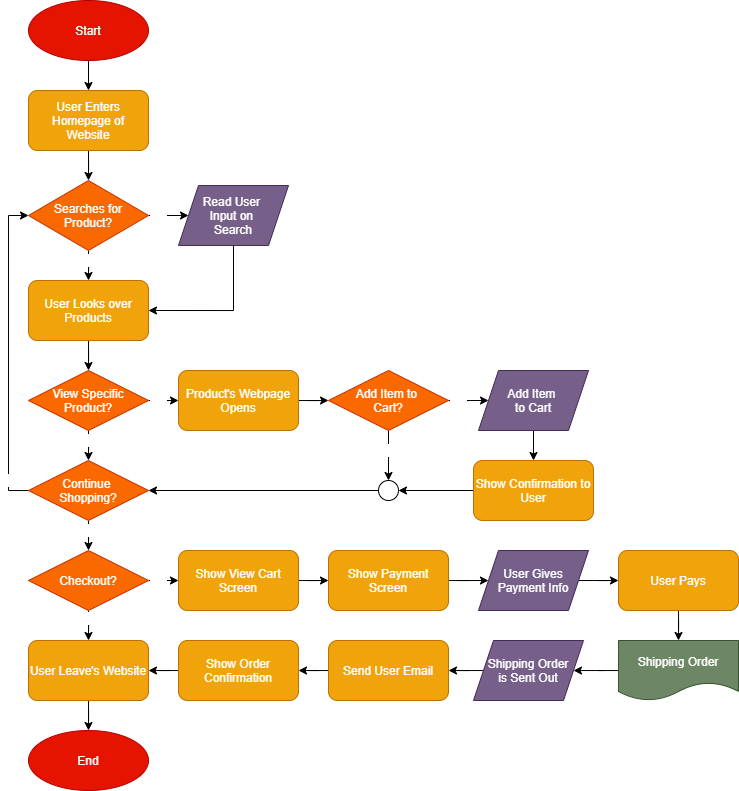
The draw.io diagram part2/part2.drawio.png in cmwall0605/wi21-cse110-lab4, before a commit. Source tidied: cells renumbered, new cells last; positions are measured from the earlier drawing's top-left corner, leaving out a move shared by most shapes.
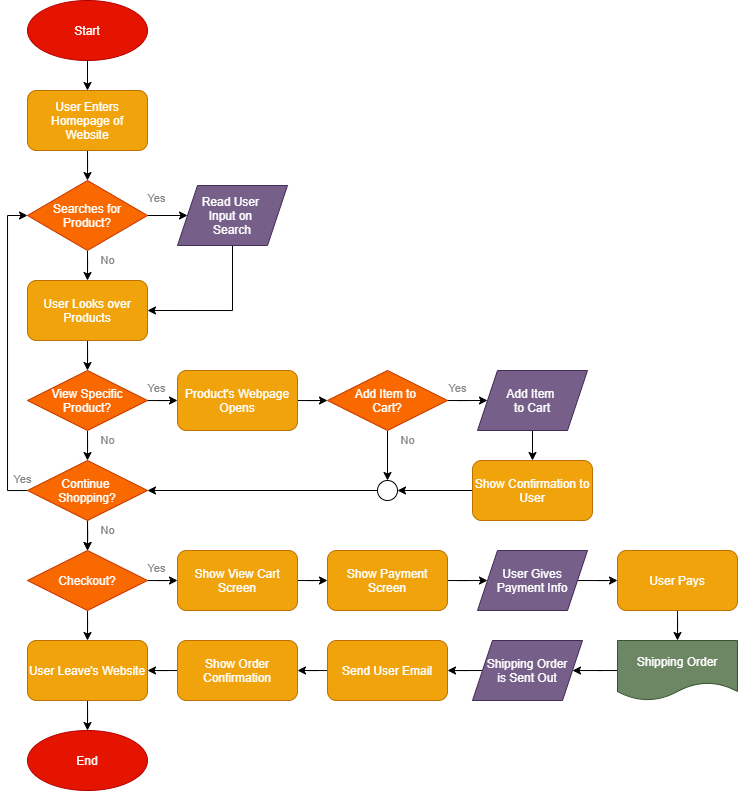
The same diagram one commit later.

Commit message:
Fixed Drawing so that words are not impossible to read.

What changed in the source:
```diff
@@ -17,19 +17,9 @@
     <mxCell id="6" style="edgeStyle=orthogonalEdgeStyle;rounded=0;jettySize=auto;html=1;entryX=0.5;entryY=0;entryDx=0;entryDy=0;" parent="1" edge="1" source="10" target="14">
       <mxGeometry relative="1" as="geometry" />
     </mxCell>
-    <mxCell id="7" value="No" style="edgeLabel;html=1;align=center;verticalAlign=middle;fontColor=#FFFFFF;" parent="6" vertex="1">
-      <mxGeometry x="-0.84" y="-1" relative="1" as="geometry">
-        <mxPoint x="1" y="6" as="offset" />
-      </mxGeometry>
-    </mxCell>
     <mxCell id="8" style="edgeStyle=orthogonalEdgeStyle;rounded=0;jettySize=auto;html=1;" parent="1" edge="1" source="10" target="12">
       <mxGeometry relative="1" as="geometry" />
     </mxCell>
-    <mxCell id="9" value="Yes" style="edgeLabel;html=1;align=center;verticalAlign=middle;fontColor=#FFFFFF;" parent="8" vertex="1">
-      <mxGeometry x="-0.84" relative="1" as="geometry">
-        <mxPoint x="5.3" as="offset" />
-      </mxGeometry>
-    </mxCell>
     <mxCell id="10" value="&lt;font style=&quot;font-size: 12px&quot;&gt;Searches for&lt;br&gt;Product?&lt;br&gt;&lt;/font&gt;" style="rhombus;whiteSpace=wrap;html=1;fillColor=#fa6800;strokeColor=#C73500;fontColor=#ffffff;" parent="1" vertex="1">
       <mxGeometry x="20" y="180" width="120" height="70" as="geometry" />
     </mxCell>
@@ -52,19 +42,9 @@
     <mxCell id="15" style="edgeStyle=orthogonalEdgeStyle;rounded=0;jettySize=auto;html=1;entryX=0;entryY=0.5;entryDx=0;entryDy=0;fontColor=#000000;" parent="1" edge="1" source="19" target="21">
       <mxGeometry relative="1" as="geometry" />
     </mxCell>
-    <mxCell id="16" value="Yes" style="edgeLabel;html=1;align=center;verticalAlign=middle;fontColor=#FFFFFF;" parent="15" vertex="1">
-      <mxGeometry x="-0.73" relative="1" as="geometry">
-        <mxPoint x="3.3" as="offset" />
-      </mxGeometry>
-    </mxCell>
     <mxCell id="17" style="edgeStyle=orthogonalEdgeStyle;rounded=0;jettySize=auto;html=1;entryX=0.5;entryY=0;entryDx=0;entryDy=0;fontColor=#000000;" parent="1" edge="1" source="19" target="31">
       <mxGeometry relative="1" as="geometry" />
     </mxCell>
-    <mxCell id="18" value="No" style="edgeLabel;html=1;align=center;verticalAlign=middle;fontColor=#FFFFFF;" parent="17" vertex="1">
-      <mxGeometry x="-0.77" relative="1" as="geometry">
-        <mxPoint y="4.2" as="offset" />
-      </mxGeometry>
-    </mxCell>
     <mxCell id="19" value="&lt;font style=&quot;font-size: 12px&quot;&gt;View Specific&lt;br&gt;Product?&lt;br&gt;&lt;/font&gt;" style="rhombus;whiteSpace=wrap;html=1;fillColor=#fa6800;strokeColor=#C73500;fontColor=#ffffff;" parent="1" vertex="1">
       <mxGeometry x="20" y="370" width="120" height="60" as="geometry" />
     </mxCell>
@@ -77,30 +57,15 @@
     <mxCell id="22" style="edgeStyle=orthogonalEdgeStyle;rounded=0;jettySize=auto;html=1;entryX=0.5;entryY=0;entryDx=0;entryDy=0;fontColor=#FFFFFF;" parent="1" edge="1" source="26" target="41">
       <mxGeometry relative="1" as="geometry" />
     </mxCell>
-    <mxCell id="23" value="No" style="edgeLabel;html=1;align=center;verticalAlign=middle;fontColor=#FFFFFF;" parent="22" vertex="1">
-      <mxGeometry x="-0.73" y="-1" relative="1" as="geometry">
-        <mxPoint x="1" y="13.2" as="offset" />
-      </mxGeometry>
-    </mxCell>
     <mxCell id="24" style="edgeStyle=orthogonalEdgeStyle;rounded=0;jettySize=auto;html=1;entryX=0;entryY=0.5;entryDx=0;entryDy=0;fontColor=#FFFFFF;" parent="1" edge="1" source="26" target="43">
       <mxGeometry relative="1" as="geometry" />
     </mxCell>
-    <mxCell id="25" value="Yes" style="edgeLabel;html=1;align=center;verticalAlign=middle;fontColor=#FFFFFF;" parent="24" vertex="1">
-      <mxGeometry x="-0.83" relative="1" as="geometry">
-        <mxPoint x="4.8" as="offset" />
-      </mxGeometry>
-    </mxCell>
     <mxCell id="26" value="&lt;font style=&quot;font-size: 12px&quot;&gt;Add Item to &lt;br&gt;Cart?&lt;br&gt;&lt;/font&gt;" style="rhombus;whiteSpace=wrap;html=1;fillColor=#fa6800;strokeColor=#C73500;fontColor=#ffffff;" parent="1" vertex="1">
       <mxGeometry x="320" y="370" width="120" height="60" as="geometry" />
     </mxCell>
     <mxCell id="27" style="edgeStyle=orthogonalEdgeStyle;rounded=0;jettySize=auto;html=1;entryX=0.5;entryY=0;entryDx=0;entryDy=0;fontColor=#000000;" parent="1" edge="1" source="31" target="36">
       <mxGeometry relative="1" as="geometry" />
     </mxCell>
-    <mxCell id="28" value="No" style="edgeLabel;html=1;align=center;verticalAlign=middle;fontColor=#FFFFFF;" parent="27" vertex="1">
-      <mxGeometry x="-0.7" relative="1" as="geometry">
-        <mxPoint y="2.6" as="offset" />
-      </mxGeometry>
-    </mxCell>
     <mxCell id="29" style="edgeStyle=orthogonalEdgeStyle;rounded=0;jettySize=auto;html=1;entryX=0;entryY=0.5;entryDx=0;entryDy=0;fontColor=#000000;" parent="1" edge="1" source="31" target="10">
       <mxGeometry relative="1" as="geometry">
         <Array as="points">
@@ -109,28 +74,18 @@
         </Array>
       </mxGeometry>
     </mxCell>
-    <mxCell id="30" value="Yes" style="edgeLabel;html=1;align=center;verticalAlign=middle;fontColor=#FFFFFF;" parent="29" vertex="1">
-      <mxGeometry x="-0.38" y="2" relative="1" as="geometry">
-        <mxPoint x="2" y="67.7" as="offset" />
-      </mxGeometry>
-    </mxCell>
+    <mxCell id="62" style="edgeStyle=orthogonalEdgeStyle;rounded=0;jettySize=auto;html=1;" parent="1" edge="1" source="31" target="36">
+      <mxGeometry relative="1" as="geometry" />
+    </mxCell>
     <mxCell id="31" value="&lt;font style=&quot;font-size: 12px&quot;&gt;Continue &lt;br&gt;Shopping?&lt;br&gt;&lt;/font&gt;" style="rhombus;whiteSpace=wrap;html=1;fillColor=#fa6800;strokeColor=#C73500;fontColor=#ffffff;" parent="1" vertex="1">
       <mxGeometry x="20" y="460" width="120" height="60" as="geometry" />
     </mxCell>
     <mxCell id="32" style="edgeStyle=orthogonalEdgeStyle;rounded=0;jettySize=auto;html=1;entryX=0.5;entryY=0;entryDx=0;entryDy=0;fontColor=#000000;" parent="1" edge="1" source="36" target="38">
       <mxGeometry relative="1" as="geometry" />
     </mxCell>
-    <mxCell id="33" value="No" style="edgeLabel;html=1;align=center;verticalAlign=middle;fontColor=#FFFFFF;" parent="32" vertex="1">
-      <mxGeometry x="-0.69" relative="1" as="geometry" />
-    </mxCell>
     <mxCell id="34" style="edgeStyle=orthogonalEdgeStyle;rounded=0;jettySize=auto;html=1;entryX=0;entryY=0.5;entryDx=0;entryDy=0;fontColor=#FFFFFF;" parent="1" edge="1" source="36" target="47">
       <mxGeometry relative="1" as="geometry" />
     </mxCell>
-    <mxCell id="35" value="Yes" style="edgeLabel;html=1;align=center;verticalAlign=middle;fontColor=#FFFFFF;" parent="34" vertex="1">
-      <mxGeometry x="-0.78" y="1" relative="1" as="geometry">
-        <mxPoint x="4.4" y="1" as="offset" />
-      </mxGeometry>
-    </mxCell>
     <mxCell id="36" value="&lt;font style=&quot;font-size: 12px&quot;&gt;Checkout?&lt;br&gt;&lt;/font&gt;" style="rhombus;whiteSpace=wrap;html=1;fillColor=#fa6800;strokeColor=#C73500;fontColor=#ffffff;" parent="1" vertex="1">
       <mxGeometry x="20" y="550" width="120" height="60" as="geometry" />
     </mxCell>
@@ -209,5 +164,45 @@
     <mxCell id="61" value="Send User Email" style="rounded=1;whiteSpace=wrap;html=1;fillColor=#f0a30a;strokeColor=#BD7000;fontColor=#ffffff;" parent="1" vertex="1">
       <mxGeometry x="320" y="640" width="120" height="60" as="geometry" />
     </mxCell>
+    <mxCell id="63" value="Yes" style="edgeLabel;html=1;align=center;verticalAlign=middle;labelBackgroundColor=none;fontColor=#828282;" parent="1" vertex="1">
+      <mxGeometry x="150" y="190" as="geometry">
+        <mxPoint x="-1" y="8" as="offset" />
+      </mxGeometry>
+    </mxCell>
+    <mxCell id="64" value="Yes" style="edgeLabel;html=1;align=center;verticalAlign=middle;labelBackgroundColor=none;fontColor=#828282;" parent="1" vertex="1">
+      <mxGeometry x="150" y="380" as="geometry">
+        <mxPoint x="-1" y="8" as="offset" />
+      </mxGeometry>
+    </mxCell>
+    <mxCell id="65" value="Yes" style="edgeLabel;html=1;align=center;verticalAlign=middle;labelBackgroundColor=none;fontColor=#828282;" parent="1" vertex="1">
+      <mxGeometry x="150" y="560" as="geometry">
+        <mxPoint x="-1" y="8" as="offset" />
+      </mxGeometry>
+    </mxCell>
+    <mxCell id="66" value="Yes" style="edgeLabel;html=1;align=center;verticalAlign=middle;labelBackgroundColor=none;fontColor=#828282;" parent="1" vertex="1">
+      <mxGeometry x="451" y="380" as="geometry">
+        <mxPoint x="-1" y="8" as="offset" />
+      </mxGeometry>
+    </mxCell>
+    <mxCell id="67" value="No" style="edgeLabel;html=1;align=center;verticalAlign=middle;labelBackgroundColor=none;fontColor=#828282;" parent="1" vertex="1">
+      <mxGeometry x="100" y="260" as="geometry" />
+    </mxCell>
+    <mxCell id="68" value="No" style="edgeLabel;html=1;align=center;verticalAlign=middle;labelBackgroundColor=none;fontColor=#828282;" parent="1" vertex="1">
+      <mxGeometry x="100" y="440" as="geometry" />
+    </mxCell>
+    <mxCell id="69" value="No" style="edgeLabel;html=1;align=center;verticalAlign=middle;labelBackgroundColor=none;fontColor=#828282;" parent="1" vertex="1">
+      <mxGeometry x="100" y="530" as="geometry" />
+    </mxCell>
+    <mxCell id="70" value="No" style="edgeLabel;html=1;align=center;verticalAlign=middle;labelBackgroundColor=none;fontColor=#828282;" parent="1" vertex="1">
+      <mxGeometry x="400" y="440" as="geometry" />
+    </mxCell>
+    <mxCell id="71" value="No" style="edgeLabel;html=1;align=center;verticalAlign=middle;fontColor=#FFFFFF;labelBackgroundColor=none;" parent="1" vertex="1">
+      <mxGeometry x="100" y="620" as="geometry" />
+    </mxCell>
+    <mxCell id="72" value="Yes" style="edgeLabel;html=1;align=center;verticalAlign=middle;labelBackgroundColor=none;fontColor=#828282;" parent="1" vertex="1">
+      <mxGeometry x="20" y="480" as="geometry">
+        <mxPoint x="-5" y="-1" as="offset" />
+      </mxGeometry>
+    </mxCell>
   </root>
 </mxGraphModel>
```
